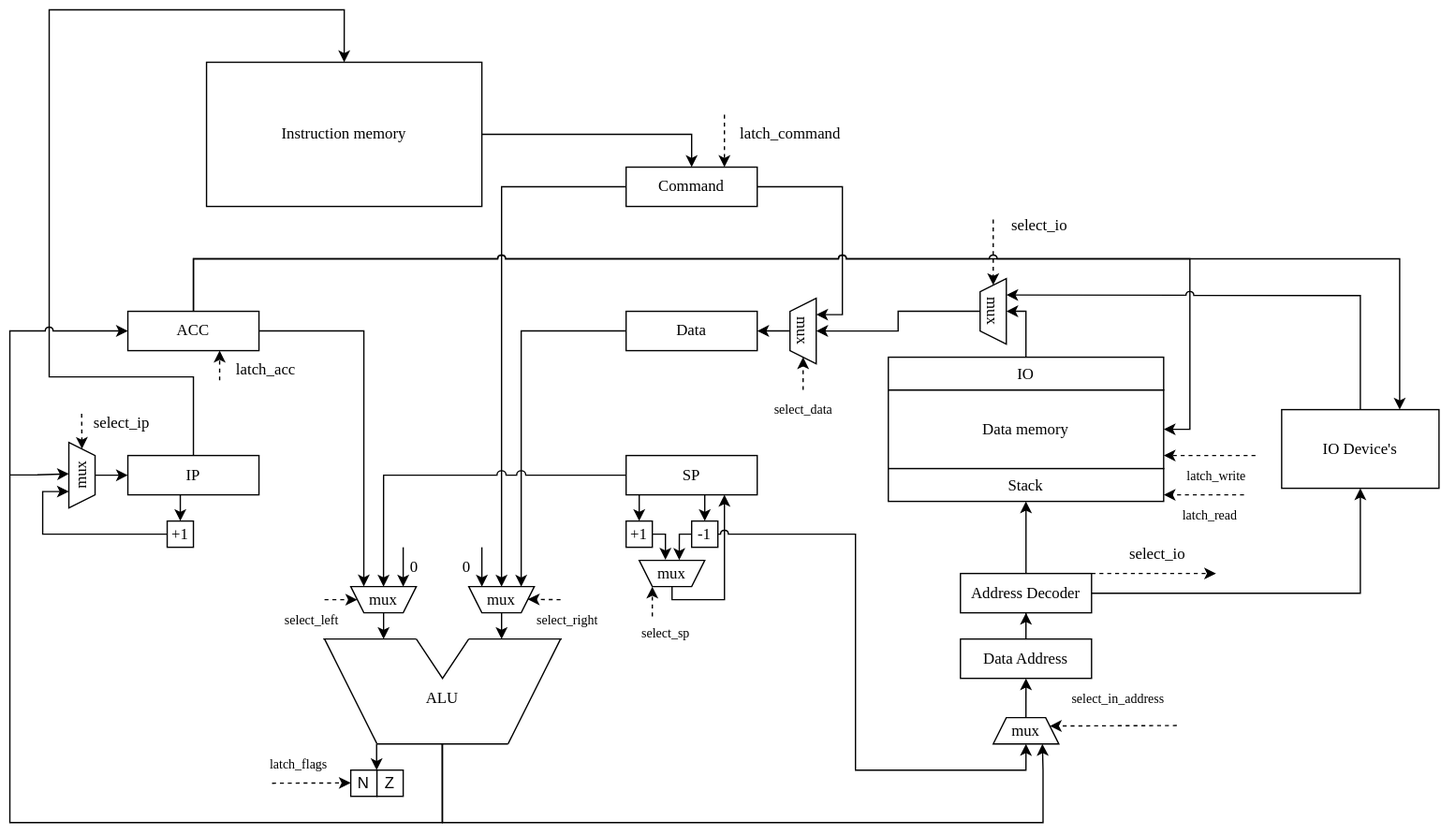
Sterus4/CS3Lab keeps this draw.io diagram as resources/datapath.svg. Above is the earlier version. Source tidied: cells renumbered, new cells last; positions are measured from the earlier drawing's top-left corner, leaving out a move shared by most shapes.
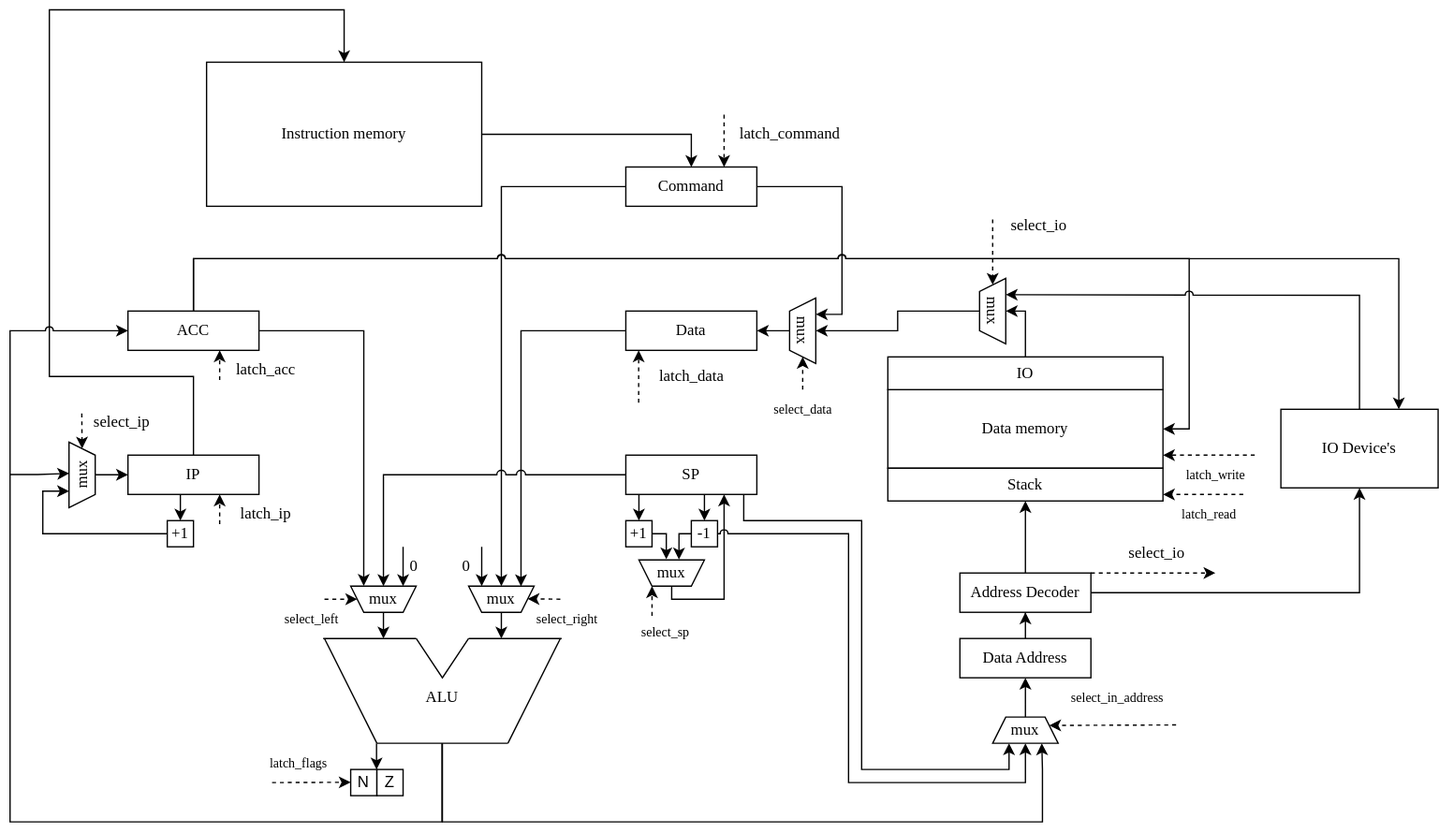
The same file after the commit.

What changed in the source:
```diff
@@ -79,6 +79,16 @@
         </Array>
       </mxGeometry>
     </mxCell>
+    <mxCell id="95" style="edgeStyle=orthogonalEdgeStyle;rounded=0;jettySize=auto;html=1;entryX=0.25;entryY=1;entryDx=0;entryDy=0;" parent="1" edge="1" source="14" target="43">
+      <mxGeometry relative="1" as="geometry">
+        <Array as="points">
+          <mxPoint x="560" y="390" />
+          <mxPoint x="650" y="390" />
+          <mxPoint x="650" y="580" />
+          <mxPoint x="763" y="580" />
+        </Array>
+      </mxGeometry>
+    </mxCell>
     <mxCell id="14" value="&lt;font face=&quot;Comic sans MS&quot;&gt;SP&lt;/font&gt;" style="rounded=0;whiteSpace=wrap;html=1;" parent="1" vertex="1">
       <mxGeometry x="470" y="340" width="100" height="30" as="geometry" />
     </mxCell>
@@ -285,9 +295,9 @@
     <mxCell id="61" style="edgeStyle=orthogonalEdgeStyle;rounded=0;jettySize=auto;html=1;entryX=0.5;entryY=1;entryDx=0;entryDy=0;jumpStyle=arc;" parent="1" edge="1" source="29" target="43">
       <mxGeometry relative="1" as="geometry">
         <Array as="points">
-          <mxPoint x="645" y="400" />
-          <mxPoint x="645" y="580" />
-          <mxPoint x="775" y="580" />
+          <mxPoint x="640" y="400" />
+          <mxPoint x="640" y="590" />
+          <mxPoint x="775" y="590" />
         </Array>
       </mxGeometry>
     </mxCell>
@@ -403,11 +413,6 @@
     <mxCell id="88" style="edgeStyle=orthogonalEdgeStyle;rounded=0;jettySize=auto;html=1;entryX=0.5;entryY=0;entryDx=0;entryDy=0;" parent="1" edge="1" source="87" target="55">
       <mxGeometry relative="1" as="geometry" />
     </mxCell>
-    <mxCell id="89" style="endArrow=classic;html=1;rounded=0;dashed=1;endFill=1;entryX=0;entryY=0.5;entryDx=0;entryDy=0;" parent="1" edge="1" target="87">
-      <mxGeometry relative="1" as="geometry">
-        <mxPoint x="750" y="160" as="sourcePoint" />
-      </mxGeometry>
-    </mxCell>
     <mxCell id="90" value="&lt;font face=&quot;Comic sans MS&quot;&gt;select_io&lt;/font&gt;" style="text;html=1;align=center;verticalAlign=middle;strokeColor=none;fillColor=none;" parent="1" vertex="1">
       <mxGeometry x="750" y="150" width="70" height="30" as="geometry" />
     </mxCell>
@@ -435,5 +440,28 @@
         </Array>
       </mxGeometry>
     </mxCell>
+    <mxCell id="89" style="endArrow=classic;html=1;rounded=0;dashed=1;endFill=1;entryX=0;entryY=0.5;entryDx=0;entryDy=0;" parent="1" edge="1" target="87">
+      <mxGeometry relative="1" as="geometry">
+        <mxPoint x="750" y="160" as="sourcePoint" />
+      </mxGeometry>
+    </mxCell>
+    <mxCell id="96" style="endArrow=classic;html=1;rounded=0;dashed=1;endFill=1;" parent="1" edge="1">
+      <mxGeometry relative="1" as="geometry">
+        <mxPoint x="479.8" y="300" as="sourcePoint" />
+        <mxPoint x="479.8" y="260" as="targetPoint" />
+      </mxGeometry>
+    </mxCell>
+    <mxCell id="97" value="&lt;font face=&quot;Comic sans MS&quot;&gt;latch_data&lt;/font&gt;" style="text;html=1;align=center;verticalAlign=middle;strokeColor=none;fillColor=none;" parent="1" vertex="1">
+      <mxGeometry x="480" y="265" width="80" height="30" as="geometry" />
+    </mxCell>
+    <mxCell id="98" style="endArrow=classic;html=1;rounded=0;entryX=0;entryY=0.5;entryDx=0;entryDy=0;dashed=1;endFill=1;" parent="1" edge="1">
+      <mxGeometry relative="1" as="geometry">
+        <mxPoint x="160" y="392.7" as="sourcePoint" />
+        <mxPoint x="160" y="370" as="targetPoint" />
+      </mxGeometry>
+    </mxCell>
+    <mxCell id="99" value="&lt;font face=&quot;Comic sans MS&quot;&gt;latch_ip&lt;/font&gt;" style="text;html=1;align=center;verticalAlign=middle;strokeColor=none;fillColor=none;" parent="1" vertex="1">
+      <mxGeometry x="160" y="370" width="70" height="30" as="geometry" />
+    </mxCell>
   </root>
 </mxGraphModel>
```
